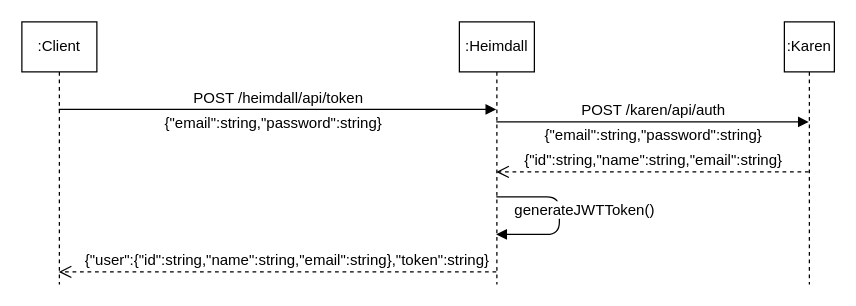
Above: diagrams/heimdall/Token_Creation.drawio in schramm-famm/docs (draw.io), before the change. Source tidied: cells renumbered, new cells numbered last; positions are measured from the earlier drawing's top-left corner, leaving out a move shared by most shapes. Both pictures are drawn from the tidied source at 125%, with x=0, y=0 at pixel (21, 21).
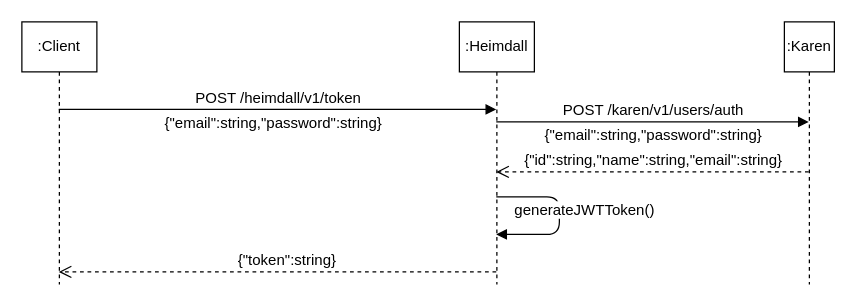
After the change.

Commit message (it also covers changes not shown here):
Update endpoints in diagram

The change refers to these unchanged cells:
```xml
<mxCell id="2" value=":Client" style="shape=umlLifeline;perimeter=lifelinePerimeter;whiteSpace=wrap;html=1;outlineConnect=0;fontSize=12;" parent="1" vertex="1">
  <mxGeometry width="60" height="210" as="geometry" />
</mxCell>
<mxCell id="3" value=":Heimdall" style="shape=umlLifeline;perimeter=lifelinePerimeter;whiteSpace=wrap;html=1;outlineConnect=0;fontSize=12;" parent="1" vertex="1">
  <mxGeometry x="350" width="60" height="210" as="geometry" />
</mxCell>
<mxCell id="6" value=":Karen" style="shape=umlLifeline;perimeter=lifelinePerimeter;whiteSpace=wrap;html=1;outlineConnect=0;fontSize=12;" parent="1" vertex="1">
  <mxGeometry x="610" width="40" height="210" as="geometry" />
</mxCell>
```

Diff of the diagram source:
```diff
@@
-    <mxCell id="4" value="POST /heimdall/api/token" style="html=1;verticalAlign=bottom;endArrow=block;fontSize=12;" parent="1" edge="1" source="2" target="3">
+    <mxCell id="4" value="POST /heimdall/v1/token" style="html=1;verticalAlign=bottom;endArrow=block;fontSize=12;" parent="1" edge="1" source="2" target="3">
       <mxGeometry relative="1" as="geometry">
         <Array as="points">
           <mxPoint x="280" y="70" />
         </Array>
       </mxGeometry>
     </mxCell>
@@
-    <mxCell id="7" value="POST /karen/api/auth" style="html=1;verticalAlign=bottom;endArrow=block;fontSize=12;" parent="1" edge="1" source="3" target="6">
+    <mxCell id="7" value="POST /karen/v1/users/auth" style="html=1;verticalAlign=bottom;endArrow=block;fontSize=12;" parent="1" edge="1" source="3" target="6">
       <mxGeometry relative="1" as="geometry">
         <Array as="points">
           <mxPoint x="470" y="80" />
         </Array>
       </mxGeometry>
     </mxCell>
@@
-    <mxCell id="12" value="{&quot;user&quot;:{&quot;id&quot;:string,&quot;name&quot;:string,&quot;email&quot;:string},&quot;token&quot;:string}" style="html=1;verticalAlign=bottom;endArrow=open;dashed=1;endSize=8;fontSize=12;align=center;" parent="1" edge="1" source="3" target="2">
+    <mxCell id="12" value="{&quot;token&quot;:string}" style="html=1;verticalAlign=bottom;endArrow=open;dashed=1;endSize=8;fontSize=12;align=center;" parent="1" edge="1" source="3" target="2">
       <mxGeometry x="-0.04" relative="1" as="geometry">
         <Array as="points">
           <mxPoint x="270" y="200" />
         </Array>
       </mxGeometry>
     </mxCell>
```
